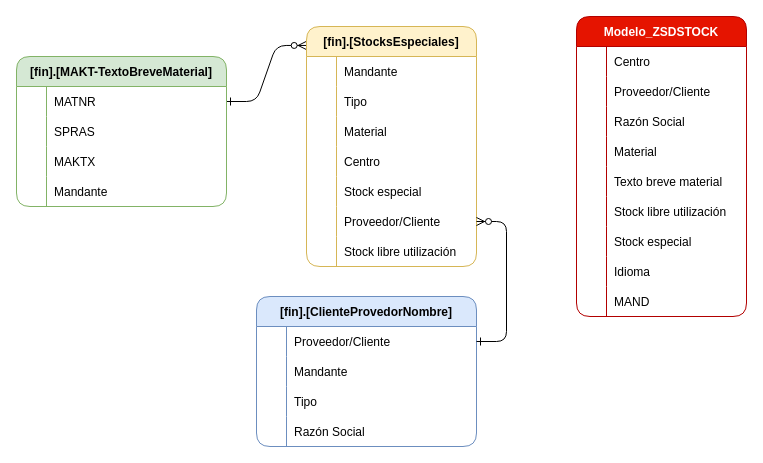
This is ER_ZSDSTOCK.drawio from ale230131/ale230131, a draw.io file, before an edit. Source tidied: cells renumbered, new cells numbered last; positions are measured from the earlier drawing's top-left corner, leaving out a move shared by most shapes. Both pictures are drawn from the tidied source at 100%, with x=0, y=0 at pixel (16, 16).
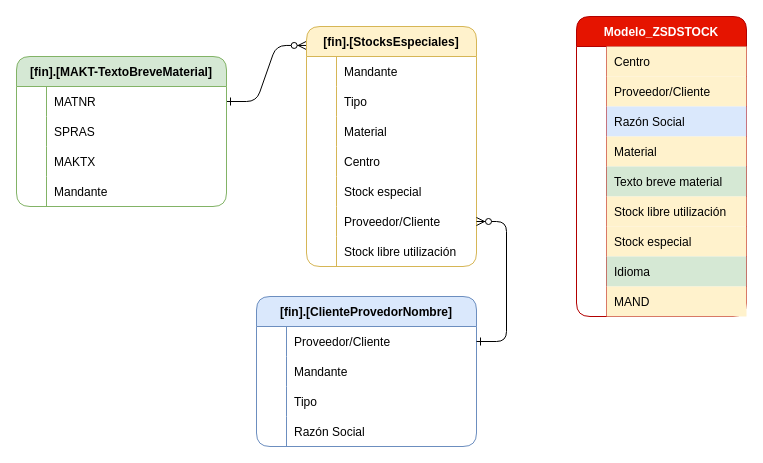
The same page after the edit.

The change refers to these unchanged cells:
```xml
<mxCell id="4" style="shape=tableRow;horizontal=0;startSize=0;swimlaneHead=0;swimlaneBody=0;fillColor=none;strokeColor=inherit;top=0;left=0;right=0;bottom=0;" parent="3" vertex="1">
  <mxGeometry y="30" width="170" height="30" as="geometry" />
</mxCell>
<mxCell id="7" style="shape=tableRow;horizontal=0;startSize=0;swimlaneHead=0;swimlaneBody=0;fillColor=none;strokeColor=inherit;top=0;left=0;right=0;bottom=0;" parent="3" vertex="1">
  <mxGeometry y="60" width="170" height="30" as="geometry" />
</mxCell>
<mxCell id="10" style="shape=tableRow;horizontal=0;startSize=0;swimlaneHead=0;swimlaneBody=0;fillColor=none;strokeColor=inherit;top=0;left=0;right=0;bottom=0;" parent="3" vertex="1">
  <mxGeometry y="90" width="170" height="30" as="geometry" />
</mxCell>
<mxCell id="13" style="shape=tableRow;horizontal=0;startSize=0;swimlaneHead=0;swimlaneBody=0;fillColor=none;strokeColor=inherit;top=0;left=0;right=0;bottom=0;" parent="3" vertex="1">
  <mxGeometry y="120" width="170" height="30" as="geometry" />
</mxCell>
<mxCell id="16" style="shape=tableRow;horizontal=0;startSize=0;swimlaneHead=0;swimlaneBody=0;fillColor=none;strokeColor=inherit;top=0;left=0;right=0;bottom=0;" parent="3" vertex="1">
  <mxGeometry y="150" width="170" height="30" as="geometry" />
</mxCell>
<mxCell id="19" style="shape=tableRow;horizontal=0;startSize=0;swimlaneHead=0;swimlaneBody=0;fillColor=none;strokeColor=inherit;top=0;left=0;right=0;bottom=0;" parent="3" vertex="1">
  <mxGeometry y="180" width="170" height="30" as="geometry" />
</mxCell>
<mxCell id="22" style="shape=tableRow;horizontal=0;startSize=0;swimlaneHead=0;swimlaneBody=0;fillColor=none;strokeColor=inherit;top=0;left=0;right=0;bottom=0;" parent="3" vertex="1">
  <mxGeometry y="210" width="170" height="30" as="geometry" />
</mxCell>
<mxCell id="25" style="shape=tableRow;horizontal=0;startSize=0;swimlaneHead=0;swimlaneBody=0;fillColor=none;strokeColor=inherit;top=0;left=0;right=0;bottom=0;" parent="3" vertex="1">
  <mxGeometry y="240" width="170" height="30" as="geometry" />
</mxCell>
<mxCell id="28" style="shape=tableRow;horizontal=0;startSize=0;swimlaneHead=0;swimlaneBody=0;fillColor=none;strokeColor=inherit;top=0;left=0;right=0;bottom=0;" parent="3" vertex="1">
  <mxGeometry y="270" width="170" height="30" as="geometry" />
</mxCell>
```

The edit, as a diff of the source:
```diff
@@
-    <mxCell id="6" value="Centro" style="shape=partialRectangle;overflow=hidden;fillColor=none;align=left;strokeColor=inherit;top=0;left=0;bottom=0;right=0;spacingLeft=6;" parent="4" vertex="1">
+    <mxCell id="6" value="Centro" style="shape=partialRectangle;overflow=hidden;fillColor=#fff2cc;align=left;strokeColor=#d6b656;top=0;left=0;bottom=0;right=0;spacingLeft=6;" parent="4" vertex="1">
       <mxGeometry x="30" width="140" height="30" as="geometry" />
     </mxCell>
@@
-    <mxCell id="9" value="Proveedor/Cliente" style="shape=partialRectangle;overflow=hidden;fillColor=none;align=left;strokeColor=inherit;top=0;left=0;bottom=0;right=0;spacingLeft=6;" parent="7" vertex="1">
+    <mxCell id="9" value="Proveedor/Cliente" style="shape=partialRectangle;overflow=hidden;fillColor=#fff2cc;align=left;strokeColor=#d6b656;top=0;left=0;bottom=0;right=0;spacingLeft=6;" parent="7" vertex="1">
       <mxGeometry x="30" width="140" height="30" as="geometry" />
     </mxCell>
@@
-    <mxCell id="12" value="Razón Social" style="shape=partialRectangle;overflow=hidden;fillColor=none;align=left;strokeColor=inherit;top=0;left=0;bottom=0;right=0;spacingLeft=6;" parent="10" vertex="1">
+    <mxCell id="12" value="Razón Social" style="shape=partialRectangle;overflow=hidden;fillColor=#dae8fc;align=left;strokeColor=#6c8ebf;top=0;left=0;bottom=0;right=0;spacingLeft=6;" parent="10" vertex="1">
       <mxGeometry x="30" width="140" height="30" as="geometry" />
     </mxCell>
@@
-    <mxCell id="15" value="Material" style="shape=partialRectangle;overflow=hidden;fillColor=none;align=left;strokeColor=inherit;top=0;left=0;bottom=0;right=0;spacingLeft=6;" parent="13" vertex="1">
+    <mxCell id="15" value="Material" style="shape=partialRectangle;overflow=hidden;fillColor=#fff2cc;align=left;strokeColor=#d6b656;top=0;left=0;bottom=0;right=0;spacingLeft=6;" parent="13" vertex="1">
       <mxGeometry x="30" width="140" height="30" as="geometry" />
     </mxCell>
@@
-    <mxCell id="18" value="Texto breve material" style="shape=partialRectangle;overflow=hidden;fillColor=none;align=left;strokeColor=inherit;top=0;left=0;bottom=0;right=0;spacingLeft=6;" parent="16" vertex="1">
+    <mxCell id="18" value="Texto breve material" style="shape=partialRectangle;overflow=hidden;fillColor=#d5e8d4;align=left;strokeColor=#82b366;top=0;left=0;bottom=0;right=0;spacingLeft=6;" parent="16" vertex="1">
       <mxGeometry x="30" width="140" height="30" as="geometry" />
     </mxCell>
@@
-    <mxCell id="21" value="Stock libre utilización" style="shape=partialRectangle;overflow=hidden;fillColor=none;align=left;strokeColor=inherit;top=0;left=0;bottom=0;right=0;spacingLeft=6;" parent="19" vertex="1">
+    <mxCell id="21" value="Stock libre utilización" style="shape=partialRectangle;overflow=hidden;fillColor=#fff2cc;align=left;strokeColor=#d6b656;top=0;left=0;bottom=0;right=0;spacingLeft=6;" parent="19" vertex="1">
       <mxGeometry x="30" width="140" height="30" as="geometry" />
     </mxCell>
@@
-    <mxCell id="24" value="Stock especial" style="shape=partialRectangle;overflow=hidden;fillColor=none;align=left;strokeColor=inherit;top=0;left=0;bottom=0;right=0;spacingLeft=6;" parent="22" vertex="1">
+    <mxCell id="24" value="Stock especial" style="shape=partialRectangle;overflow=hidden;fillColor=#fff2cc;align=left;strokeColor=#d6b656;top=0;left=0;bottom=0;right=0;spacingLeft=6;" parent="22" vertex="1">
       <mxGeometry x="30" width="140" height="30" as="geometry" />
     </mxCell>
@@
-    <mxCell id="27" value="Idioma" style="shape=partialRectangle;overflow=hidden;fillColor=none;align=left;strokeColor=inherit;top=0;left=0;bottom=0;right=0;spacingLeft=6;" parent="25" vertex="1">
+    <mxCell id="27" value="Idioma" style="shape=partialRectangle;overflow=hidden;fillColor=#d5e8d4;align=left;strokeColor=#82b366;top=0;left=0;bottom=0;right=0;spacingLeft=6;" parent="25" vertex="1">
       <mxGeometry x="30" width="140" height="30" as="geometry" />
     </mxCell>
@@
-    <mxCell id="30" value="MAND" style="shape=partialRectangle;overflow=hidden;fillColor=none;align=left;strokeColor=inherit;top=0;left=0;bottom=0;right=0;spacingLeft=6;" parent="28" vertex="1">
+    <mxCell id="30" value="MAND" style="shape=partialRectangle;overflow=hidden;fillColor=#fff2cc;align=left;strokeColor=#d6b656;top=0;left=0;bottom=0;right=0;spacingLeft=6;" parent="28" vertex="1">
       <mxGeometry x="30" width="140" height="30" as="geometry" />
     </mxCell>
```
